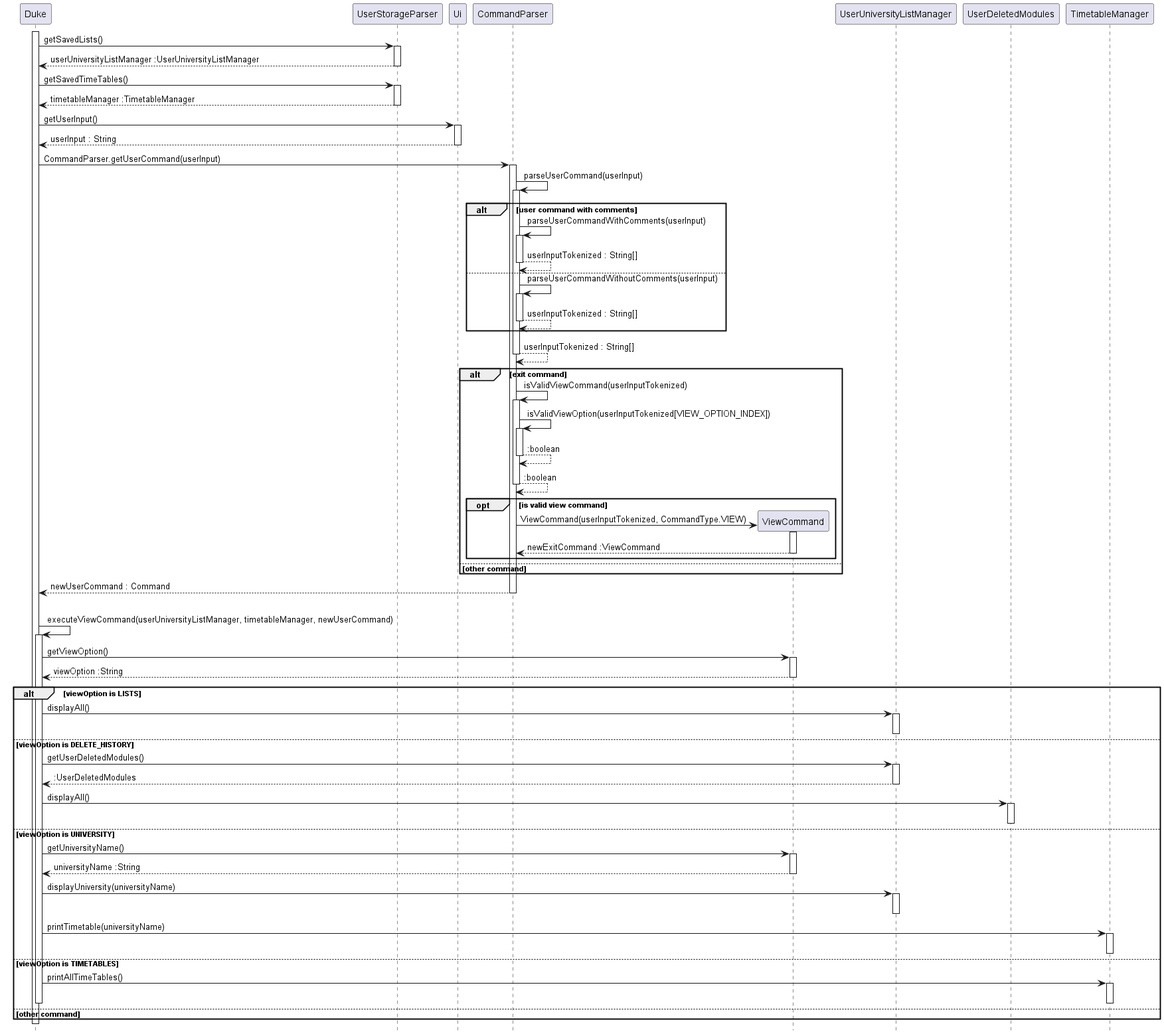
Before: docs/images/ViewCommand_Sequence.png, a diagram exported from PlantUML (nus-cs2113-AY2223S1/tp).
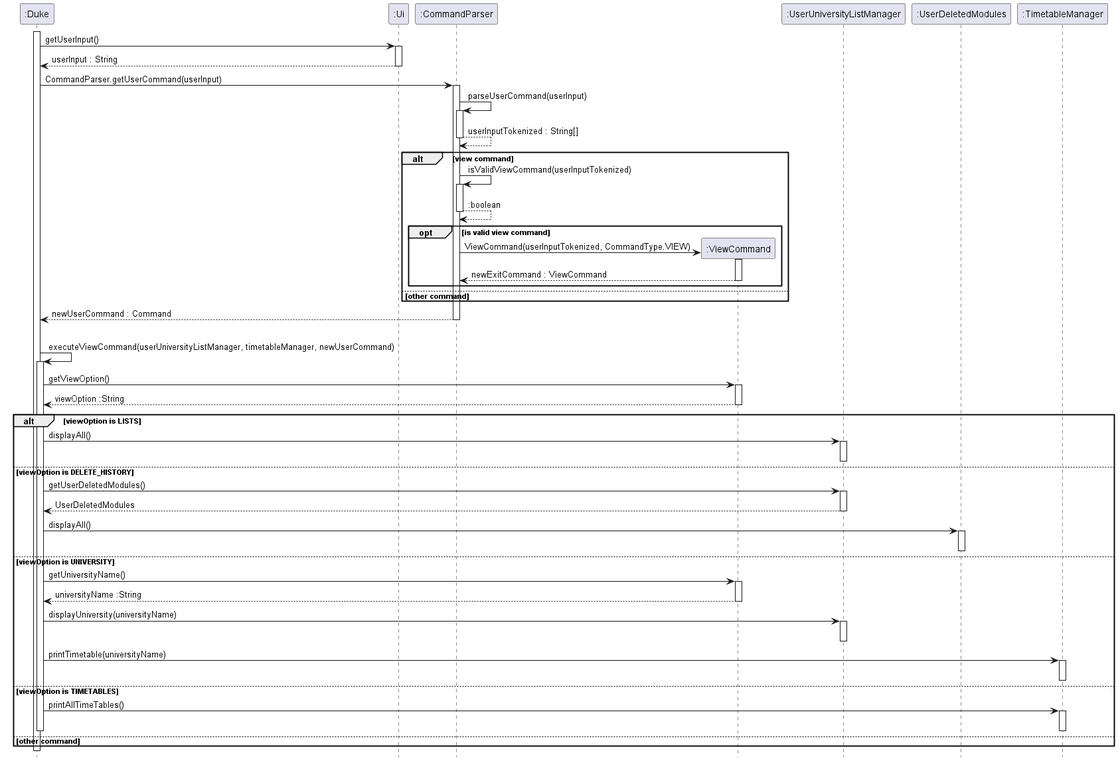
After the commit.

The edit, as a diff of the source:
```diff
@@ -2,135 +2,102 @@
 
 hide footbox
 
-activate Duke
+activate ":Duke"
 
-Duke -> UserStorageParser : getSavedLists()
-activate UserStorageParser
+":Duke" -> ":Ui" : getUserInput()
+activate ":Ui"
 
-UserStorageParser --> Duke : userUniversityListManager :UserUniversityListManager
-deactivate UserStorageParser
+":Ui" --> ":Duke" : userInput : String
+deactivate ":Ui"
 
-Duke -> UserStorageParser : getSavedTimeTables()
-activate UserStorageParser
+":Duke" -> ":CommandParser" : CommandParser.getUserCommand(userInput)
+activate ":CommandParser"
 
-UserStorageParser --> Duke : timetableManager :TimetableManager
-deactivate UserStorageParser
+":CommandParser" -> ":CommandParser" : parseUserCommand(userInput)
+activate ":CommandParser"
 
-Duke -> Ui : getUserInput()
-activate Ui
+":CommandParser" --> ":CommandParser" : userInputTokenized : String[]
+deactivate ":CommandParser"
 
-Ui --> Duke : userInput : String
-deactivate Ui
+alt view command
 
-Duke -> CommandParser : CommandParser.getUserCommand(userInput)
-activate CommandParser
+    ":CommandParser" -> ":CommandParser" : isValidViewCommand(userInputTokenized)
+    activate ":CommandParser"
 
-CommandParser -> CommandParser : parseUserCommand(userInput)
-activate CommandParser
-
-alt user command with comments
-    CommandParser -> CommandParser : parseUserCommandWithComments(userInput)
-    activate CommandParser
-
-    CommandParser --> CommandParser : userInputTokenized : String[]
-    deactivate CommandParser
-
-else
-    CommandParser -> CommandParser : parseUserCommandWithoutComments(userInput)
-    activate CommandParser
-
-    CommandParser --> CommandParser : userInputTokenized : String[]
-    deactivate CommandParser
-end
-
-CommandParser --> CommandParser : userInputTokenized : String[]
-deactivate CommandParser
-
-alt exit command
-
-    CommandParser -> CommandParser : isValidViewCommand(userInputTokenized)
-    activate CommandParser
-
-    CommandParser -> CommandParser : isValidViewOption(userInputTokenized[VIEW_OPTION_INDEX])
-    activate CommandParser
-
-    CommandParser --> CommandParser : :boolean
-    deactivate CommandParser
-
-    CommandParser --> CommandParser : :boolean
-    deactivate CommandParser
+    ":CommandParser" --> ":CommandParser" : :boolean
+    deactivate ":CommandParser"
 
     opt is valid view command
 
-        create ViewCommand
-        CommandParser -> ViewCommand : ViewCommand(userInputTokenized, CommandType.VIEW)
-        activate ViewCommand
+        create ":ViewCommand"
+        ":CommandParser" -> ":ViewCommand" : ViewCommand(userInputTokenized, CommandType.VIEW)
+        activate ":ViewCommand"
 
-        ViewCommand --> CommandParser : newExitCommand :ViewCommand
-        deactivate ViewCommand
+        ":ViewCommand" --> ":CommandParser" : newExitCommand : ViewCommand
+        deactivate ":ViewCommand"
     end
 
 else other command
 
 end
 
-CommandParser --> Duke : newUserCommand : Command
-deactivate CommandParser
+":CommandParser" --> ":Duke" : newUserCommand : Command
+deactivate ":CommandParser"
 
 alt exit command
 
-Duke -> Duke : executeViewCommand(userUniversityListManager, timetableManager, newUserCommand)
-activate Duke
+":Duke" -> ":Duke" : executeViewCommand(userUniversityListManager, timetableManager, newUserCommand)
+activate ":Duke"
 
-   Duke -> ViewCommand : getViewOption()
-   activate ViewCommand
+   ":Duke" -> ":ViewCommand" : getViewOption()
+   activate ":ViewCommand"
 
-   ViewCommand --> Duke : viewOption :String
-   deactivate ViewCommand
+   ":ViewCommand" --> ":Duke" : viewOption :String
+   deactivate ":ViewCommand"
 
    alt viewOption is LISTS
-   Duke -> UserUniversityListManager : displayAll()
-   activate UserUniversityListManager
+   ":Duke" -> ":UserUniversityListManager" : displayAll()
+   activate ":UserUniversityListManager"
 
-   deactivate UserUniversityListManager
+   deactivate ":UserUniversityListManager"
    else viewOption is DELETE_HISTORY
-    Duke -> UserUniversityListManager : getUserDeletedModules()
-    activate UserUniversityListManager
+    ":Duke" -> ":UserUniversityListManager" : getUserDeletedModules()
+    activate ":UserUniversityListManager"
 
-    UserUniversityListManager --> Duke : :UserDeletedModules
-    deactivate UserUniversityListManager
+    ":UserUniversityListManager" --> ":Duke" : UserDeletedModules
+    deactivate ":UserUniversityListManager"
 
-    Duke -> UserDeletedModules : displayAll()
-    activate UserDeletedModules
+    ":Duke" -> ":UserDeletedModules" : displayAll()
+    activate ":UserDeletedModules"
 
-    deactivate UserDeletedModules
+    deactivate ":UserDeletedModules"
 
    else viewOption is UNIVERSITY
-    Duke -> ViewCommand : getUniversityName()
-    activate ViewCommand
+    ":Duke" -> ":ViewCommand" : getUniversityName()
+    activate ":ViewCommand"
 
-    ViewCommand --> Duke : universityName :String
-    deactivate ViewCommand
-    Duke -> UserUniversityListManager : displayUniversity(universityName)
-    activate UserUniversityListManager
+    ":ViewCommand" --> ":Duke" : universityName :String
+    deactivate ":ViewCommand"
+    ":Duke" -> ":UserUniversityListManager" : displayUniversity(universityName)
+    activate ":UserUniversityListManager"
 
-    deactivate UserUniversityListManager
-    Duke -> TimetableManager : printTimetable(universityName)
-    activate TimetableManager
+    deactivate ":UserUniversityListManager"
+    ":Duke" -> ":TimetableManager" : printTimetable(universityName)
+    activate ":TimetableManager"
 
-    deactivate TimetableManager
+    deactivate ":TimetableManager"
 
    else viewOption is TIMETABLES
-    Duke -> TimetableManager : printAllTimeTables()
-    activate TimetableManager
+    ":Duke" -> ":TimetableManager" : printAllTimeTables()
+    activate ":TimetableManager"
 
-    deactivate TimetableManager
+    deactivate ":TimetableManager"
 
 else other command
-deactivate Duke
+deactivate ":Duke"
 
 end
 
-deactivate Duke
+deactivate ":Duke"
 
 @enduml
```
